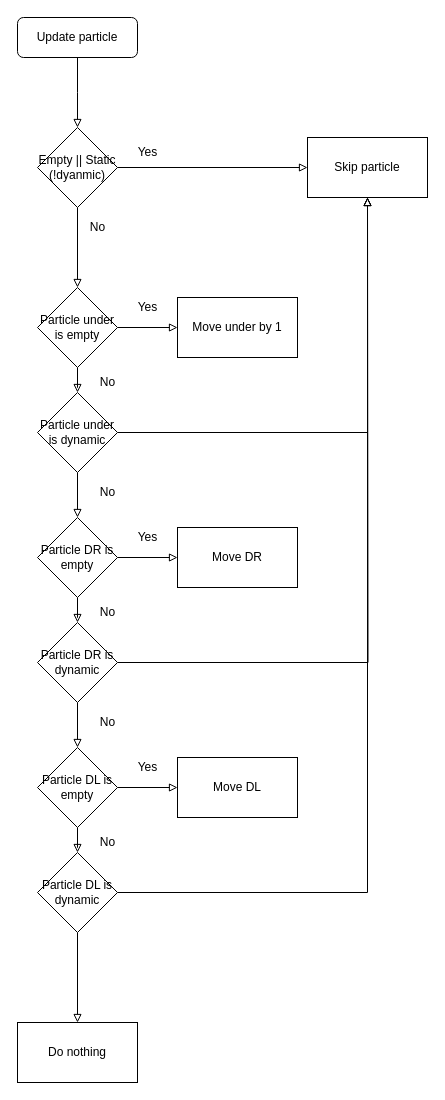
Above: fallingsim.drawio in m-doescode/Powder-TI (draw.io), before the change. Source tidied: cells renumbered, new cells numbered last; positions are measured from the earlier drawing's top-left corner, leaving out a move shared by most shapes. Both pictures are drawn from the tidied source at 100%, with x=0, y=0 at pixel (17, 17).
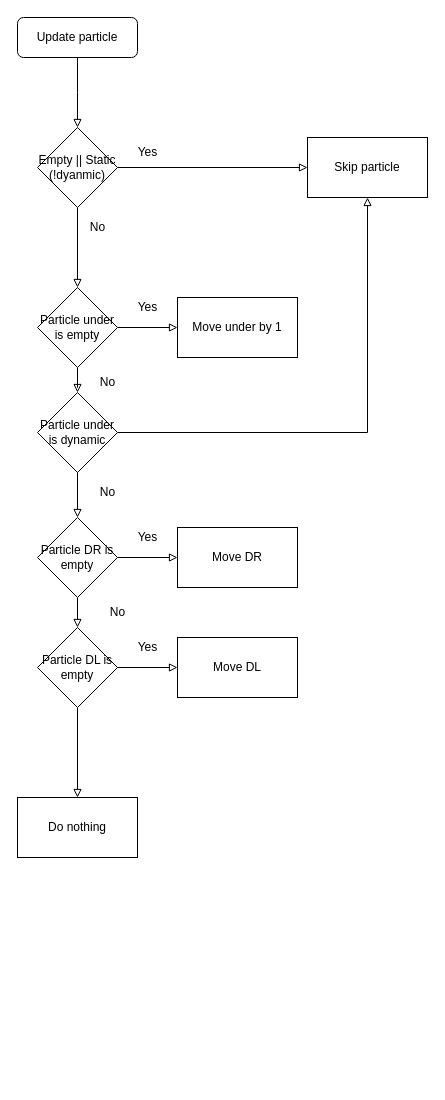
After the change.

Unchanged cells that the change refers to:
```xml
<mxCell id="7" value="Skip particle" style="whiteSpace=wrap;html=1;" parent="1" vertex="1">
  <mxGeometry x="290" y="120" width="120" height="60" as="geometry" />
</mxCell>
<mxCell id="21" value="Particle DR is empty" style="rhombus;whiteSpace=wrap;html=1;" parent="1" vertex="1">
  <mxGeometry x="20" y="500" width="80" height="80" as="geometry" />
</mxCell>
```

Diff of the diagram source:
```diff
@@
-    <mxCell id="20" style="edgeStyle=orthogonalEdgeStyle;rounded=0;jettySize=auto;html=1;endArrow=block;endFill=0;" parent="1" edge="1" source="21" target="26">
+    <mxCell id="20" style="edgeStyle=orthogonalEdgeStyle;rounded=0;jettySize=auto;html=1;endArrow=block;endFill=0;entryX=0.5;entryY=0;entryDx=0;entryDy=0;" parent="1" edge="1" source="21" target="30">
       <mxGeometry relative="1" as="geometry" />
     </mxCell>
@@
-    <mxCell id="24" style="edgeStyle=orthogonalEdgeStyle;rounded=0;jettySize=auto;html=1;entryX=0.5;entryY=0;entryDx=0;entryDy=0;endArrow=block;endFill=0;" parent="1" edge="1" source="26" target="30">
-      <mxGeometry relative="1" as="geometry" />
-    </mxCell>
-    <mxCell id="25" style="edgeStyle=orthogonalEdgeStyle;rounded=0;jettySize=auto;html=1;endArrow=block;endFill=0;" parent="1" edge="1" source="26">
-      <mxGeometry relative="1" as="geometry">
-        <mxPoint x="350" y="180" as="targetPoint" />
-      </mxGeometry>
-    </mxCell>
-    <mxCell id="26" value="Particle DR is dynamic" style="rhombus;whiteSpace=wrap;html=1;" parent="1" vertex="1">
-      <mxGeometry x="20" y="605" width="80" height="80" as="geometry" />
-    </mxCell>
-    <mxCell id="27" value="No" style="text;html=1;align=center;verticalAlign=middle;strokeColor=none;fillColor=none;" parent="1" vertex="1">
-      <mxGeometry x="70" y="580" width="40" height="30" as="geometry" />
-    </mxCell>
@@
-    <mxCell id="29" style="edgeStyle=orthogonalEdgeStyle;rounded=0;jettySize=auto;html=1;endArrow=block;endFill=0;" parent="1" edge="1" source="30" target="35">
+    <mxCell id="29" style="edgeStyle=orthogonalEdgeStyle;rounded=0;jettySize=auto;html=1;endArrow=block;endFill=0;" parent="1" edge="1" source="30" target="39">
       <mxGeometry relative="1" as="geometry" />
     </mxCell>
     <mxCell id="30" value="Particle DL is empty" style="rhombus;whiteSpace=wrap;html=1;" parent="1" vertex="1">
-      <mxGeometry x="20" y="730" width="80" height="80" as="geometry" />
+      <mxGeometry x="20" y="610" width="80" height="80" as="geometry" />
     </mxCell>
     <mxCell id="31" value="Move DL" style="whiteSpace=wrap;html=1;" parent="1" vertex="1">
-      <mxGeometry x="160" y="740" width="120" height="60" as="geometry" />
+      <mxGeometry x="160" y="620" width="120" height="60" as="geometry" />
     </mxCell>
     <mxCell id="32" value="Yes" style="text;html=1;align=center;verticalAlign=middle;strokeColor=none;fillColor=none;" parent="1" vertex="1">
-      <mxGeometry x="110" y="735" width="40" height="30" as="geometry" />
+      <mxGeometry x="110" y="615" width="40" height="30" as="geometry" />
     </mxCell>
-    <mxCell id="33" style="edgeStyle=orthogonalEdgeStyle;rounded=0;jettySize=auto;html=1;endArrow=block;endFill=0;" parent="1" edge="1" source="35" target="39">
-      <mxGeometry relative="1" as="geometry" />
-    </mxCell>
-    <mxCell id="34" style="edgeStyle=orthogonalEdgeStyle;rounded=0;jettySize=auto;html=1;entryX=0.5;entryY=1;entryDx=0;entryDy=0;endArrow=block;endFill=0;" parent="1" edge="1" source="35" target="7">
-      <mxGeometry relative="1" as="geometry" />
-    </mxCell>
-    <mxCell id="35" value="Particle DL is dynamic" style="rhombus;whiteSpace=wrap;html=1;" parent="1" vertex="1">
-      <mxGeometry x="20" y="835" width="80" height="80" as="geometry" />
-    </mxCell>
-    <mxCell id="36" value="No" style="text;html=1;align=center;verticalAlign=middle;strokeColor=none;fillColor=none;" parent="1" vertex="1">
-      <mxGeometry x="70" y="810" width="40" height="30" as="geometry" />
-    </mxCell>
@@
     <mxCell id="38" value="No" style="text;html=1;align=center;verticalAlign=middle;strokeColor=none;fillColor=none;" parent="1" vertex="1">
-      <mxGeometry x="70" y="690" width="40" height="30" as="geometry" />
+      <mxGeometry x="80" y="580" width="40" height="30" as="geometry" />
     </mxCell>
     <mxCell id="39" value="Do nothing" style="whiteSpace=wrap;html=1;" parent="1" vertex="1">
-      <mxGeometry y="1005" width="120" height="60" as="geometry" />
+      <mxGeometry y="780" width="120" height="60" as="geometry" />
     </mxCell>
```
